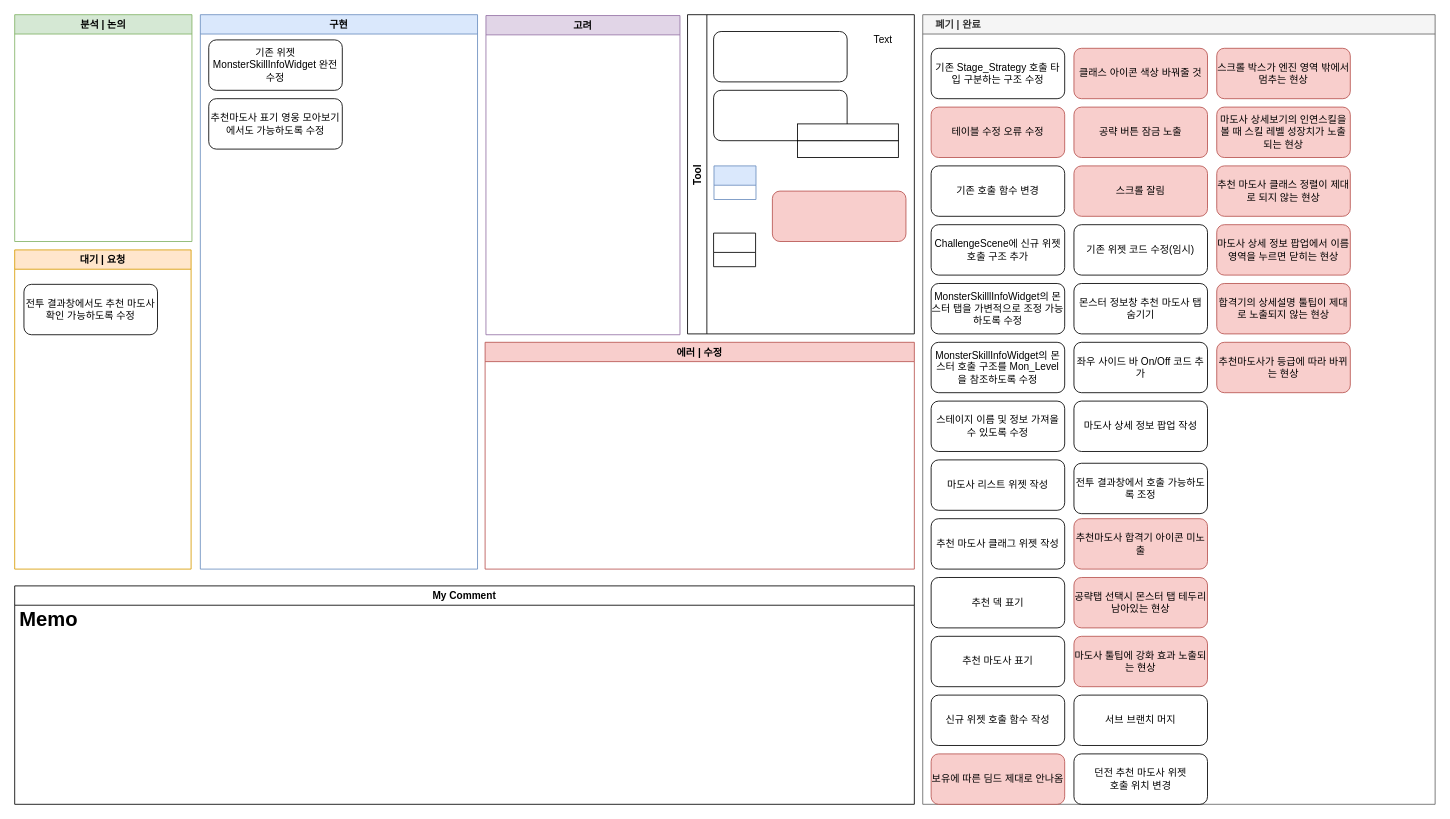
Endorr/Job-Board keeps this draw.io diagram as 월드 컨텐츠 삭제.drawio. Above is the earlier version. Source tidied: cells renumbered, new cells numbered last; positions are measured from the earlier drawing's top-left corner, leaving out a move shared by most shapes. Both pictures are drawn from the tidied source at 84%, with x=0, y=0 at pixel (14, 14).
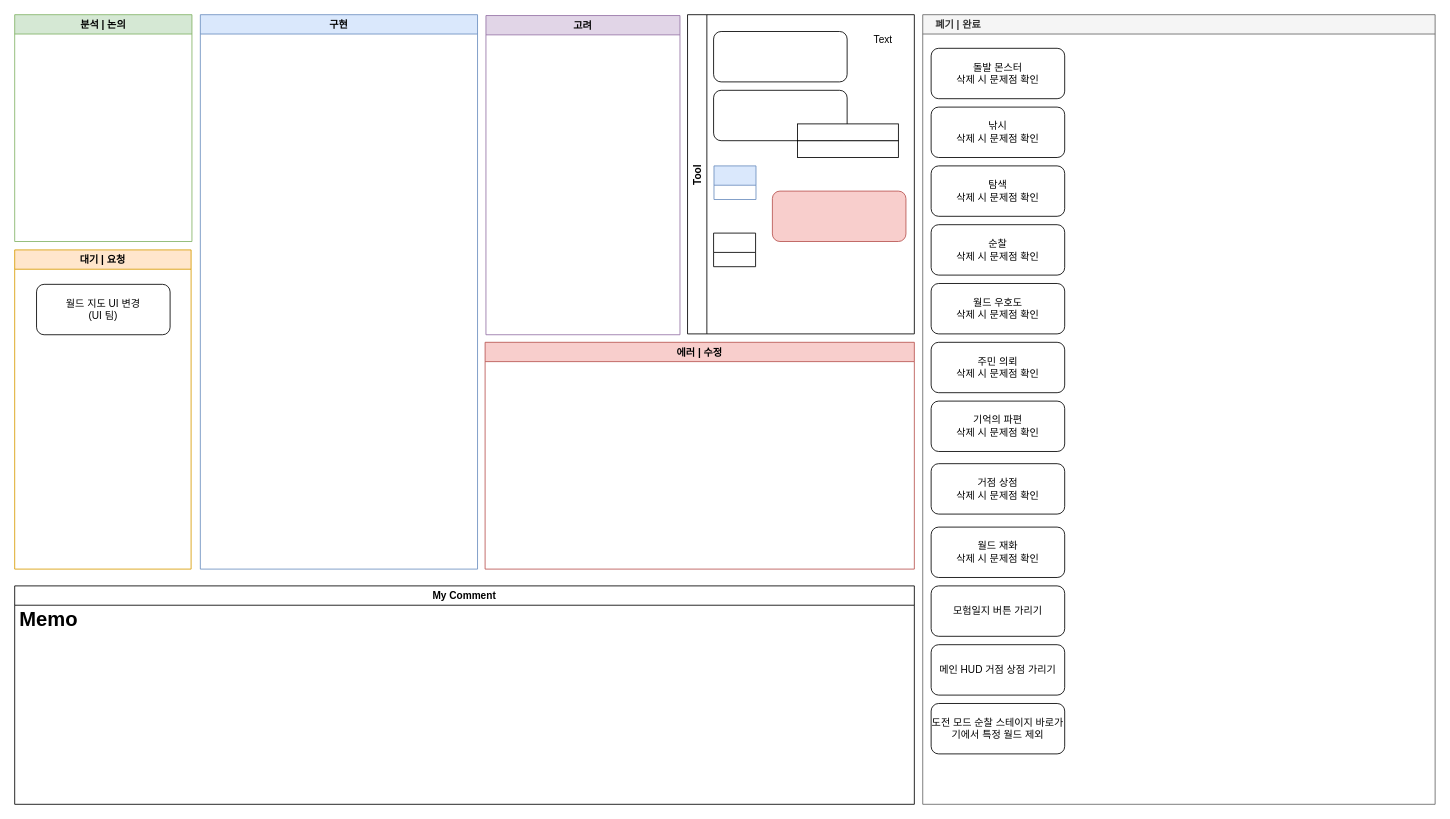
The same page after the edit.

Commit message:
월드 컨텐츠 삭제.drawio 업데이트

The change refers to these unchanged cells:
```xml
<mxCell id="2" value="구현" style="swimlane;fillColor=#dae8fc;strokeColor=#6c8ebf;" parent="1" vertex="1">
  <mxGeometry x="221" width="330" height="660" as="geometry" />
</mxCell>
<mxCell id="8" value="대기 | 요청" style="swimlane;strokeColor=#d79b00;fillColor=#ffe6cc;" parent="1" vertex="1">
  <mxGeometry y="280" width="210" height="380" as="geometry" />
</mxCell>
<mxCell id="10" value="    폐기 | 완료" style="swimlane;strokeColor=#666666;fillColor=#f5f5f5;fontColor=#333333;align=left;" parent="1" vertex="1">
  <mxGeometry x="1081" width="610" height="940" as="geometry" />
</mxCell>
<mxCell id="43" value="My Comment" style="swimlane;" parent="1" vertex="1">
  <mxGeometry y="680" width="1071" height="260" as="geometry" />
</mxCell>
```

The edit, as a diff of the source:
```diff
@@
-    <mxCell id="5" value="기존 위젯 MonsterSkillInfoWidget 완전 수정" style="rounded=1;whiteSpace=wrap;html=1;" parent="2" vertex="1">
-      <mxGeometry x="10" y="30" width="159" height="60" as="geometry" />
-    </mxCell>
-    <mxCell id="6" value="추천마도사 표기 영웅 모아보기에서도 가능하도록 수정" style="rounded=1;whiteSpace=wrap;html=1;" parent="2" vertex="1">
-      <mxGeometry x="10" y="100" width="159" height="60" as="geometry" />
-    </mxCell>
@@
-    <mxCell id="9" value="전투 결과창에서도 추천 마도사 확인 가능하도록 수정" style="rounded=1;whiteSpace=wrap;html=1;" parent="8" vertex="1">
-      <mxGeometry x="11" y="41" width="159" height="60" as="geometry" />
-    </mxCell>
+    <mxCell id="55" value="월드 지도 UI 변경&lt;br&gt;(UI 팀)" style="rounded=1;whiteSpace=wrap;html=1;" parent="8" vertex="1">
+      <mxGeometry x="26" y="41" width="159" height="60" as="geometry" />
+    </mxCell>
@@
-    <mxCell id="11" value="기존 Stage_Strategy 호출 타입 구분하는 구조 수정" style="rounded=1;whiteSpace=wrap;html=1;" parent="10" vertex="1">
-      <mxGeometry x="10" y="40" width="159" height="60" as="geometry" />
-    </mxCell>
-    <mxCell id="12" value="테이블 수정 오류 수정" style="rounded=1;whiteSpace=wrap;html=1;fillColor=#f8cecc;strokeColor=#b85450;" parent="10" vertex="1">
-      <mxGeometry x="10" y="110" width="159" height="60" as="geometry" />
-    </mxCell>
-    <mxCell id="13" value="기존 호출 함수 변경" style="rounded=1;whiteSpace=wrap;html=1;" parent="10" vertex="1">
-      <mxGeometry x="10" y="180" width="159" height="60" as="geometry" />
-    </mxCell>
-    <mxCell id="14" value="ChallengeScene에 신규 위젯 호출 구조 추가" style="rounded=1;whiteSpace=wrap;html=1;" parent="10" vertex="1">
-      <mxGeometry x="10" y="250" width="159" height="60" as="geometry" />
-    </mxCell>
-    <mxCell id="15" value="MonsterSkilllInfoWidget의 몬스터 탭을 가변적으로 조정 가능하도록 수정" style="rounded=1;whiteSpace=wrap;html=1;" parent="10" vertex="1">
-      <mxGeometry x="10" y="320" width="159" height="60" as="geometry" />
-    </mxCell>
-    <mxCell id="16" value="MonsterSkillInfoWidget의 몬스터 호출 구조를 Mon_Level을 참조하도록 수정" style="rounded=1;whiteSpace=wrap;html=1;" parent="10" vertex="1">
-      <mxGeometry x="10" y="390" width="159" height="60" as="geometry" />
-    </mxCell>
-    <mxCell id="17" value="스테이지 이름 및 정보 가져올 수 있도록 수정" style="rounded=1;whiteSpace=wrap;html=1;" parent="10" vertex="1">
-      <mxGeometry x="10" y="460" width="159" height="60" as="geometry" />
-    </mxCell>
-    <mxCell id="18" value="마도사 리스트 위젯 작성" style="rounded=1;whiteSpace=wrap;html=1;" parent="10" vertex="1">
-      <mxGeometry x="10" y="530" width="159" height="60" as="geometry" />
-    </mxCell>
-    <mxCell id="19" value="추천 마도사 클래그 위젯 작성" style="rounded=1;whiteSpace=wrap;html=1;" parent="10" vertex="1">
-      <mxGeometry x="10" y="600" width="159" height="60" as="geometry" />
-    </mxCell>
-    <mxCell id="20" value="추천 덱 표기" style="rounded=1;whiteSpace=wrap;html=1;" parent="10" vertex="1">
-      <mxGeometry x="10" y="670" width="159" height="60" as="geometry" />
-    </mxCell>
-    <mxCell id="21" value="추천 마도사 표기" style="rounded=1;whiteSpace=wrap;html=1;" parent="10" vertex="1">
-      <mxGeometry x="10" y="740" width="159" height="60" as="geometry" />
-    </mxCell>
-    <mxCell id="22" value="신규 위젯 호출 함수 작성" style="rounded=1;whiteSpace=wrap;html=1;" parent="10" vertex="1">
-      <mxGeometry x="10" y="810" width="159" height="60" as="geometry" />
-    </mxCell>
-    <mxCell id="23" value="보유에 따른 딤드 제대로 안나옴" style="rounded=1;whiteSpace=wrap;html=1;fillColor=#f8cecc;strokeColor=#b85450;" parent="10" vertex="1">
-      <mxGeometry x="10" y="880" width="159" height="60" as="geometry" />
-    </mxCell>
-    <mxCell id="24" value="클래스 아이콘 색상 바꿔줄 것" style="rounded=1;whiteSpace=wrap;html=1;fillColor=#f8cecc;strokeColor=#b85450;" parent="10" vertex="1">
-      <mxGeometry x="180" y="40" width="159" height="60" as="geometry" />
-    </mxCell>
-    <mxCell id="25" value="공략 버튼 잠금 노출" style="rounded=1;whiteSpace=wrap;html=1;fillColor=#f8cecc;strokeColor=#b85450;" parent="10" vertex="1">
-      <mxGeometry x="180" y="110" width="159" height="60" as="geometry" />
-    </mxCell>
-    <mxCell id="26" value="스크롤 잘림" style="rounded=1;whiteSpace=wrap;html=1;fillColor=#f8cecc;strokeColor=#b85450;" parent="10" vertex="1">
-      <mxGeometry x="180" y="180" width="159" height="60" as="geometry" />
-    </mxCell>
-    <mxCell id="27" value="기존 위젯 코드 수정(임시)" style="rounded=1;whiteSpace=wrap;html=1;" parent="10" vertex="1">
-      <mxGeometry x="180" y="250" width="159" height="60" as="geometry" />
-    </mxCell>
-    <mxCell id="28" value="몬스터 정보창 추천 마도사 탭 숨기기" style="rounded=1;whiteSpace=wrap;html=1;" parent="10" vertex="1">
-      <mxGeometry x="180" y="320" width="159" height="60" as="geometry" />
-    </mxCell>
-    <mxCell id="29" value="좌우 사이드 바 On/Off 코드 추가" style="rounded=1;whiteSpace=wrap;html=1;" parent="10" vertex="1">
-      <mxGeometry x="180" y="390" width="159" height="60" as="geometry" />
-    </mxCell>
-    <mxCell id="30" value="마도사 상세 정보 팝업 작성" style="rounded=1;whiteSpace=wrap;html=1;" parent="10" vertex="1">
-      <mxGeometry x="180" y="460" width="159" height="60" as="geometry" />
-    </mxCell>
-    <mxCell id="31" value="전투 결과창에서 호출 가능하도록 조정" style="rounded=1;whiteSpace=wrap;html=1;" parent="10" vertex="1">
-      <mxGeometry x="180" y="534" width="159" height="60" as="geometry" />
-    </mxCell>
-    <mxCell id="32" value="추천마도사 합격기 아이콘 미노출" style="rounded=1;whiteSpace=wrap;html=1;fillColor=#f8cecc;strokeColor=#b85450;" parent="10" vertex="1">
-      <mxGeometry x="180" y="600" width="159" height="60" as="geometry" />
-    </mxCell>
-    <mxCell id="33" value="공략탭 선택시 몬스터 탭 테두리 남아있는 현상" style="rounded=1;whiteSpace=wrap;html=1;fillColor=#f8cecc;strokeColor=#b85450;" parent="10" vertex="1">
-      <mxGeometry x="180" y="670" width="159" height="60" as="geometry" />
-    </mxCell>
-    <mxCell id="34" value="마도사 툴팁에 강화 효과 노출되는 현상" style="rounded=1;whiteSpace=wrap;html=1;fillColor=#f8cecc;strokeColor=#b85450;" parent="10" vertex="1">
-      <mxGeometry x="180" y="740" width="159" height="60" as="geometry" />
-    </mxCell>
-    <mxCell id="35" value="서브 브랜치 머지" style="rounded=1;whiteSpace=wrap;html=1;" parent="10" vertex="1">
-      <mxGeometry x="180" y="810" width="159" height="60" as="geometry" />
-    </mxCell>
-    <mxCell id="36" value="스크롤 박스가 엔진 영역 밖에서 멈추는 현상" style="rounded=1;whiteSpace=wrap;html=1;fillColor=#f8cecc;strokeColor=#b85450;" parent="10" vertex="1">
-      <mxGeometry x="350" y="40" width="159" height="60" as="geometry" />
-    </mxCell>
-    <mxCell id="37" value="마도사 상세보기의 인연스킬을 볼 때 스킬 레벨 성장치가 노출되는 현상" style="rounded=1;whiteSpace=wrap;html=1;fillColor=#f8cecc;strokeColor=#b85450;" parent="10" vertex="1">
-      <mxGeometry x="350" y="110" width="159" height="60" as="geometry" />
-    </mxCell>
-    <mxCell id="38" value="추천 마도사 클래스 정렬이 제대로 되지 않는 현상" style="rounded=1;whiteSpace=wrap;html=1;fillColor=#f8cecc;strokeColor=#b85450;" parent="10" vertex="1">
-      <mxGeometry x="350" y="180" width="159" height="60" as="geometry" />
-    </mxCell>
-    <mxCell id="39" value="마도사 상세 정보 팝업에서 이름영역을 누르면 닫히는 현상" style="rounded=1;whiteSpace=wrap;html=1;fillColor=#f8cecc;strokeColor=#b85450;" parent="10" vertex="1">
-      <mxGeometry x="350" y="250" width="159" height="60" as="geometry" />
-    </mxCell>
-    <mxCell id="40" value="합격기의 상세설명 툴팁이 제대로 노출되지 않는 현상" style="rounded=1;whiteSpace=wrap;html=1;fillColor=#f8cecc;strokeColor=#b85450;" parent="10" vertex="1">
-      <mxGeometry x="350" y="320" width="159" height="60" as="geometry" />
-    </mxCell>
-    <mxCell id="41" value="던전 추천 마도사 위젯&lt;br&gt;호출 위치 변경" style="rounded=1;whiteSpace=wrap;html=1;" parent="10" vertex="1">
-      <mxGeometry x="180" y="880" width="159" height="60" as="geometry" />
-    </mxCell>
-    <mxCell id="42" value="추천마도사가 등급에 따라 바뀌는 현상" style="rounded=1;whiteSpace=wrap;html=1;fillColor=#f8cecc;strokeColor=#b85450;" parent="10" vertex="1">
-      <mxGeometry x="350" y="390" width="159" height="60" as="geometry" />
-    </mxCell>
+    <mxCell id="56" value="돌발 몬스터&lt;br&gt;삭제 시 문제점 확인" style="rounded=1;whiteSpace=wrap;html=1;" parent="10" vertex="1">
+      <mxGeometry x="10" y="40" width="159" height="60" as="geometry" />
+    </mxCell>
+    <mxCell id="57" value="낚시&lt;br&gt;삭제 시 문제점 확인" style="rounded=1;whiteSpace=wrap;html=1;" parent="10" vertex="1">
+      <mxGeometry x="10" y="110" width="159" height="60" as="geometry" />
+    </mxCell>
+    <mxCell id="58" value="탐색&lt;br&gt;삭제 시 문제점 확인" style="rounded=1;whiteSpace=wrap;html=1;" parent="10" vertex="1">
+      <mxGeometry x="10" y="180" width="159" height="60" as="geometry" />
+    </mxCell>
+    <mxCell id="59" value="순찰&lt;br&gt;삭제 시 문제점 확인" style="rounded=1;whiteSpace=wrap;html=1;" parent="10" vertex="1">
+      <mxGeometry x="10" y="250" width="159" height="60" as="geometry" />
+    </mxCell>
+    <mxCell id="60" value="월드 우호도&lt;br&gt;삭제 시 문제점 확인" style="rounded=1;whiteSpace=wrap;html=1;" parent="10" vertex="1">
+      <mxGeometry x="10" y="320" width="159" height="60" as="geometry" />
+    </mxCell>
+    <mxCell id="61" value="주민 의뢰&lt;br&gt;삭제 시 문제점 확인" style="rounded=1;whiteSpace=wrap;html=1;" parent="10" vertex="1">
+      <mxGeometry x="10" y="390" width="159" height="60" as="geometry" />
+    </mxCell>
+    <mxCell id="62" value="기억의 파편&lt;br&gt;삭제 시 문제점 확인" style="rounded=1;whiteSpace=wrap;html=1;" parent="10" vertex="1">
+      <mxGeometry x="10" y="460" width="159" height="60" as="geometry" />
+    </mxCell>
+    <mxCell id="63" value="거점 상점&lt;br&gt;삭제 시 문제점 확인" style="rounded=1;whiteSpace=wrap;html=1;" parent="10" vertex="1">
+      <mxGeometry x="10" y="534.5" width="159" height="60" as="geometry" />
+    </mxCell>
+    <mxCell id="64" value="월드 재화&lt;br&gt;삭제 시 문제점 확인" style="rounded=1;whiteSpace=wrap;html=1;" parent="10" vertex="1">
+      <mxGeometry x="10" y="610" width="159" height="60" as="geometry" />
+    </mxCell>
+    <mxCell id="65" value="모험일지 버튼 가리기" style="rounded=1;whiteSpace=wrap;html=1;" parent="10" vertex="1">
+      <mxGeometry x="10" y="680" width="159" height="60" as="geometry" />
+    </mxCell>
+    <mxCell id="66" value="메인 HUD 거점 상점 가리기" style="rounded=1;whiteSpace=wrap;html=1;" parent="10" vertex="1">
+      <mxGeometry x="10" y="750" width="159" height="60" as="geometry" />
+    </mxCell>
+    <mxCell id="67" value="도전 모드 순찰 스테이지 바로가기에서 특정 월드 제외" style="rounded=1;whiteSpace=wrap;html=1;" parent="10" vertex="1">
+      <mxGeometry x="10" y="820" width="159" height="60" as="geometry" />
+    </mxCell>
@@
-    <mxCell id="44" value="&lt;h1&gt;Memo&lt;/h1&gt;" style="text;html=1;strokeColor=none;fillColor=none;spacing=5;spacingTop=-20;whiteSpace=wrap;overflow=hidden;rounded=0;align=left;" parent="43" vertex="1">
+    <mxCell id="44" value="&lt;h1&gt;Memo&lt;/h1&gt;&lt;div&gt;&lt;br&gt;&lt;/div&gt;" style="text;html=1;strokeColor=none;fillColor=none;spacing=5;spacingTop=-20;whiteSpace=wrap;overflow=hidden;rounded=0;align=left;" parent="43" vertex="1">
       <mxGeometry x="1" y="20" width="1070" height="240" as="geometry" />
     </mxCell>
```
